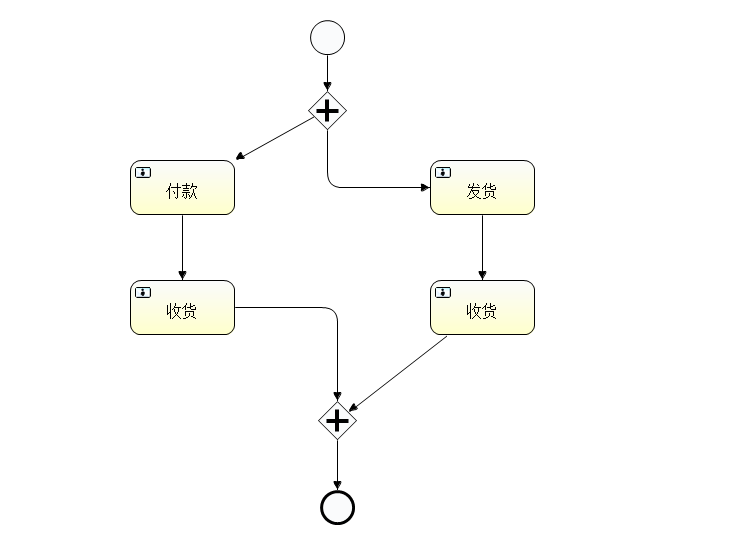
This is src/main/resources/diagrams/并行gateway.png from TPwakak/TPTest, a BPMN export, as it was before one commit. Its source is kept beside it as src/main/resources/diagrams/并行gateway.bpmn. Ids are renumbered.
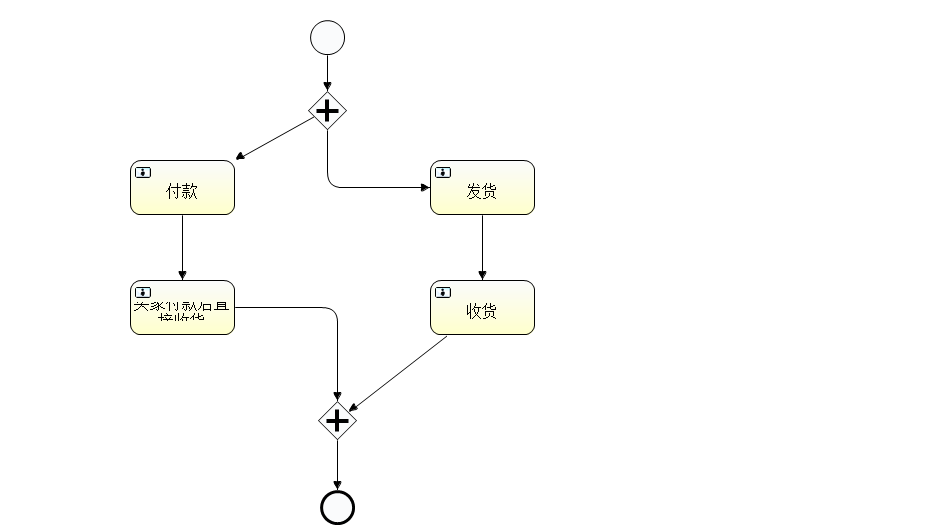
The same file after the commit.

Diff of the diagram source:
```diff
@@ -3,7 +3,7 @@
     <startEvent id="startevent1" name="Start"></startEvent>
     <userTask id="付款" name="付款"></userTask>
     <userTask id="发货" name="发货"></userTask>
-    <userTask id="收货1" name="收货"></userTask>
+    <userTask id="收货1" name="买家付款后直接收货"></userTask>
     <sequenceFlow id="flow4" sourceRef="付款" targetRef="收货1"></sequenceFlow>
     <userTask id="收货2" name="收货"></userTask>
     <sequenceFlow id="flow5" sourceRef="发货" targetRef="收货2"></sequenceFlow>
```
